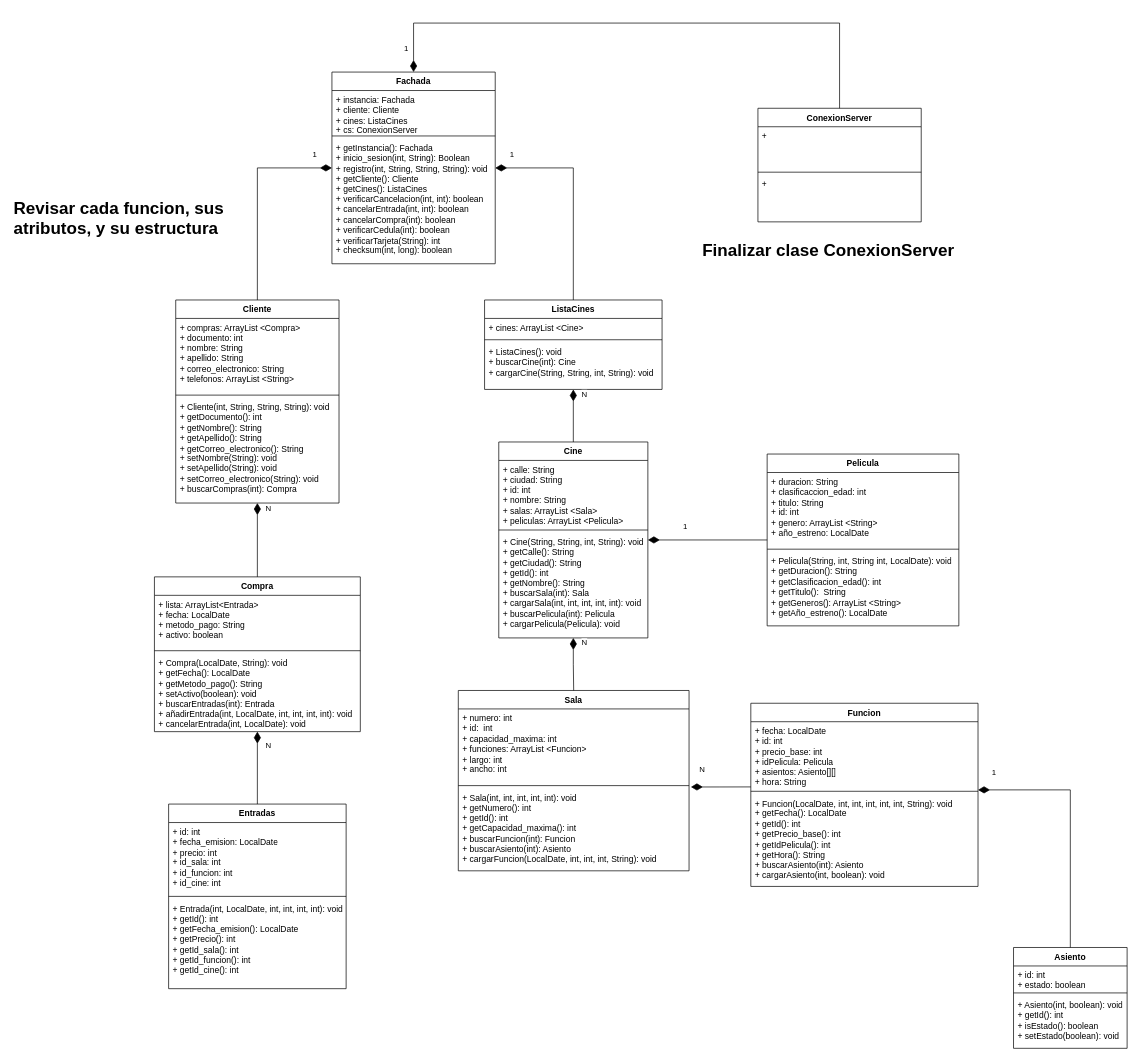
The draw.io diagram Proyecto_UML.drawio in nXD643/Projecto-Final-Cine, before the edit. Source tidied: cells renumbered, new cells numbered last; positions are measured from the earlier drawing's top-left corner, leaving out a move shared by most shapes. Both pictures are drawn from the tidied source at 71%, with x=0, y=0 at pixel (12, 23).
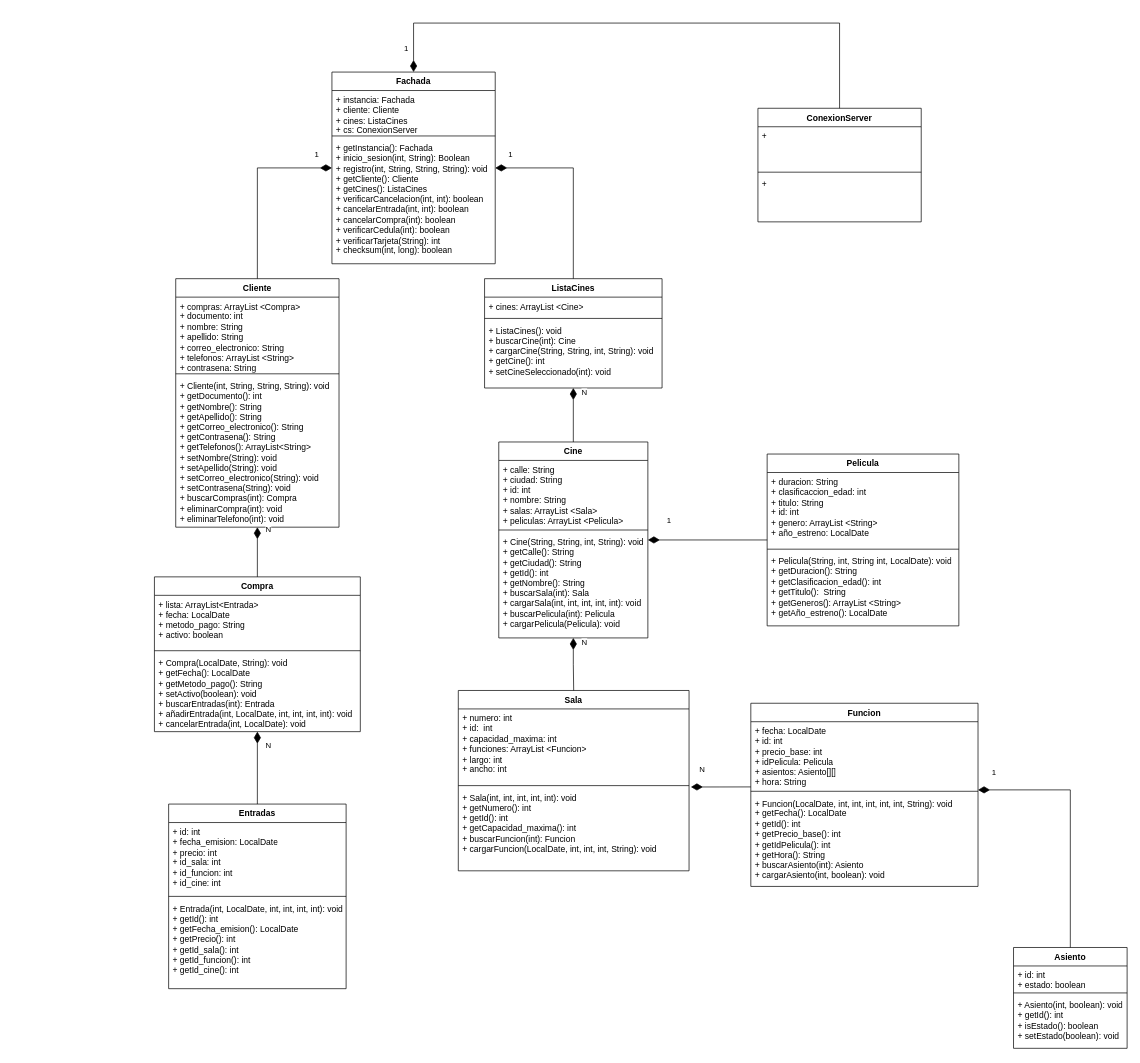
Above is the later version.

Commit message (it also covers changes not shown here):
Se actualizo el UML del archivo java con interfaz de usuario

The change refers to these unchanged cells:
```xml
<mxCell id="10" value="Cine" style="swimlane;fontStyle=1;align=center;verticalAlign=top;horizontal=1;startSize=26;whiteSpace=wrap;html=1;" parent="1" vertex="1">
  <mxGeometry x="685" y="590" width="210" height="276" as="geometry" />
</mxCell>
<mxCell id="14" value="Sala" style="swimlane;fontStyle=1;align=center;verticalAlign=top;horizontal=1;startSize=26;whiteSpace=wrap;html=1;" parent="1" vertex="1">
  <mxGeometry x="628" y="940" width="325" height="254" as="geometry" />
</mxCell>
<mxCell id="26" value="Pelicula" style="swimlane;fontStyle=1;align=center;verticalAlign=top;horizontal=1;startSize=26;whiteSpace=wrap;html=1;" parent="1" vertex="1">
  <mxGeometry x="1063" y="607" width="270" height="242" as="geometry" />
</mxCell>
```

What changed in the source:
```diff
@@
     <mxCell id="6" value="ListaCines" style="swimlane;fontStyle=1;align=center;verticalAlign=top;horizontal=1;startSize=26;whiteSpace=wrap;html=1;" parent="1" vertex="1">
-      <mxGeometry x="665" y="390" width="250" height="126" as="geometry" />
+      <mxGeometry x="665" y="360" width="250" height="154" as="geometry" />
     </mxCell>
@@
-    <mxCell id="9" value="+ ListaCines(): void&lt;div&gt;+ buscarCine(int): Cine&lt;/div&gt;&lt;div&gt;+ cargarCine(String, String, int, String): void&lt;/div&gt;" style="text;strokeColor=none;fillColor=none;align=left;verticalAlign=top;spacingLeft=4;spacingRight=4;overflow=hidden;whiteSpace=wrap;html=1;" parent="6" vertex="1">
-      <mxGeometry y="60" width="250" height="66" as="geometry" />
+    <mxCell id="9" value="+ ListaCines(): void&lt;div&gt;+ buscarCine(int): Cine&lt;/div&gt;&lt;div&gt;+ cargarCine(String, String, int, String): void&lt;/div&gt;&lt;div&gt;+ getCine(): int&lt;/div&gt;&lt;div&gt;+ setCineSeleccionado(int): void&lt;/div&gt;" style="text;strokeColor=none;fillColor=none;align=left;verticalAlign=top;spacingLeft=4;spacingRight=4;overflow=hidden;whiteSpace=wrap;html=1;" parent="6" vertex="1">
+      <mxGeometry y="60" width="250" height="94" as="geometry" />
     </mxCell>
@@
-    <mxCell id="17" value="+ Sala(int, int, int, int, int): void&lt;div&gt;+ getNumero(): int&lt;/div&gt;&lt;div&gt;+ getId(): int&lt;/div&gt;&lt;div&gt;+ getCapacidad_maxima(): int&lt;/div&gt;&lt;div&gt;+ buscarFuncion(int): Funcion&lt;/div&gt;&lt;div&gt;+ buscarAsiento(int): Asiento&lt;/div&gt;&lt;div&gt;+ cargarFuncion(LocalDate, int, int, int, String): void&lt;/div&gt;" style="text;strokeColor=none;fillColor=none;align=left;verticalAlign=top;spacingLeft=4;spacingRight=4;overflow=hidden;points=[[0,0.5],[1,0.5]];portConstraint=eastwest;whiteSpace=wrap;html=1;" parent="14" vertex="1">
+    <mxCell id="17" value="+ Sala(int, int, int, int, int): void&lt;div&gt;+ getNumero(): int&lt;/div&gt;&lt;div&gt;+ getId(): int&lt;/div&gt;&lt;div&gt;+ getCapacidad_maxima(): int&lt;/div&gt;&lt;div&gt;+ buscarFuncion(int): Funcion&lt;/div&gt;&lt;div&gt;+ cargarFuncion(LocalDate, int, int, int, String): void&lt;/div&gt;" style="text;strokeColor=none;fillColor=none;align=left;verticalAlign=top;spacingLeft=4;spacingRight=4;overflow=hidden;points=[[0,0.5],[1,0.5]];portConstraint=eastwest;whiteSpace=wrap;html=1;" parent="14" vertex="1">
       <mxGeometry y="138" width="325" height="116" as="geometry" />
     </mxCell>
@@
     <mxCell id="30" value="Cliente" style="swimlane;fontStyle=1;align=center;verticalAlign=top;horizontal=1;startSize=26;whiteSpace=wrap;html=1;" parent="1" vertex="1">
-      <mxGeometry x="230" y="390" width="230" height="286" as="geometry" />
+      <mxGeometry x="230" y="360" width="230" height="350" as="geometry" />
     </mxCell>
-    <mxCell id="31" value="+ compras: ArrayList &amp;lt;Compra&amp;gt;&lt;div&gt;+ documento: int&lt;/div&gt;&lt;div&gt;+ nombre: String&lt;/div&gt;&lt;div&gt;+ apellido: String&lt;/div&gt;&lt;div&gt;+ correo_electronico: String&lt;/div&gt;&lt;div&gt;+ telefonos: ArrayList &amp;lt;String&amp;gt;&lt;/div&gt;" style="text;strokeColor=none;fillColor=none;align=left;verticalAlign=top;spacingLeft=4;spacingRight=4;overflow=hidden;whiteSpace=wrap;html=1;" parent="30" vertex="1">
+    <mxCell id="31" value="+ compras: ArrayList &amp;lt;Compra&amp;gt;&lt;div&gt;+ documento: int&lt;/div&gt;&lt;div&gt;+ nombre: String&lt;/div&gt;&lt;div&gt;+ apellido: String&lt;/div&gt;&lt;div&gt;+ correo_electronico: String&lt;/div&gt;&lt;div&gt;+ telefonos: ArrayList &amp;lt;String&amp;gt;&lt;/div&gt;&lt;div&gt;+ contrasena: String&lt;/div&gt;" style="text;strokeColor=none;fillColor=none;align=left;verticalAlign=top;spacingLeft=4;spacingRight=4;overflow=hidden;whiteSpace=wrap;html=1;" parent="30" vertex="1">
       <mxGeometry y="26" width="230" height="104" as="geometry" />
     </mxCell>
@@
-    <mxCell id="33" value="&lt;div&gt;+ Cliente(int, String, String, String): void&lt;/div&gt;&lt;div&gt;+ getDocumento(): int&lt;/div&gt;&lt;div&gt;+ getNombre(): String&lt;/div&gt;&lt;div&gt;+ getApellido(): String&lt;/div&gt;&lt;div&gt;+ getCorreo_electronico(): String&lt;/div&gt;&lt;div&gt;+ setNombre(String): void&lt;/div&gt;&lt;div&gt;+ setApellido(String): void&lt;/div&gt;&lt;div&gt;+ setCorreo_electronico(String): void&lt;/div&gt;&lt;div&gt;+ buscarCompras(int): Compra&lt;/div&gt;" style="text;strokeColor=none;fillColor=none;align=left;verticalAlign=top;spacingLeft=4;spacingRight=4;overflow=hidden;whiteSpace=wrap;html=1;" parent="30" vertex="1">
-      <mxGeometry y="138" width="230" height="148" as="geometry" />
+    <mxCell id="33" value="&lt;div&gt;+ Cliente(int, String, String, String): void&lt;/div&gt;&lt;div&gt;+ getDocumento(): int&lt;/div&gt;&lt;div&gt;+ getNombre(): String&lt;/div&gt;&lt;div&gt;+ getApellido(): String&lt;/div&gt;&lt;div&gt;+ getCorreo_electronico(): String&lt;/div&gt;&lt;div&gt;+ getContrasena(): String&lt;/div&gt;&lt;div&gt;+ getTelefonos(): ArrayList&amp;lt;String&amp;gt;&lt;/div&gt;&lt;div&gt;+ setNombre(String): void&lt;/div&gt;&lt;div&gt;+ setApellido(String): void&lt;/div&gt;&lt;div&gt;+ setCorreo_electronico(String): void&lt;/div&gt;&lt;div&gt;+ setContrasena(String): void&lt;/div&gt;&lt;div&gt;+ buscarCompras(int): Compra&lt;/div&gt;&lt;div&gt;+ eliminarCompra(int): void&lt;/div&gt;&lt;div&gt;+ eliminarTelefono(int): void&lt;/div&gt;" style="text;strokeColor=none;fillColor=none;align=left;verticalAlign=top;spacingLeft=4;spacingRight=4;overflow=hidden;whiteSpace=wrap;html=1;" parent="30" vertex="1">
+      <mxGeometry y="138" width="230" height="212" as="geometry" />
     </mxCell>
@@
     <mxCell id="50" value="1" style="endArrow=none;html=1;endSize=12;startArrow=diamondThin;startSize=14;startFill=1;edgeStyle=orthogonalEdgeStyle;align=left;verticalAlign=bottom;rounded=0;endFill=0;exitX=1;exitY=0.5;exitDx=0;exitDy=0;" parent="1" edge="1" source="10" target="26">
-      <mxGeometry x="-0.43" y="10" relative="1" as="geometry" />
+      <mxGeometry x="-0.7" y="18" relative="1" as="geometry" />
     </mxCell>
@@
-    <mxCell id="56" value="&lt;h1 style=&quot;margin-top: 0px;&quot;&gt;Revisar cada funcion, sus atributos, y su estructura&lt;/h1&gt;" style="text;html=1;whiteSpace=wrap;overflow=hidden;rounded=0;" parent="1" vertex="1">
-      <mxGeometry y="240" width="320" height="110" as="geometry" />
-    </mxCell>
-    <mxCell id="57" value="&lt;h1 style=&quot;margin-top: 0px;&quot;&gt;Finalizar clase ConexionServer&lt;/h1&gt;" style="text;html=1;whiteSpace=wrap;overflow=hidden;rounded=0;" parent="1" vertex="1">
-      <mxGeometry x="970" y="300" width="390" height="46" as="geometry" />
-    </mxCell>
```
